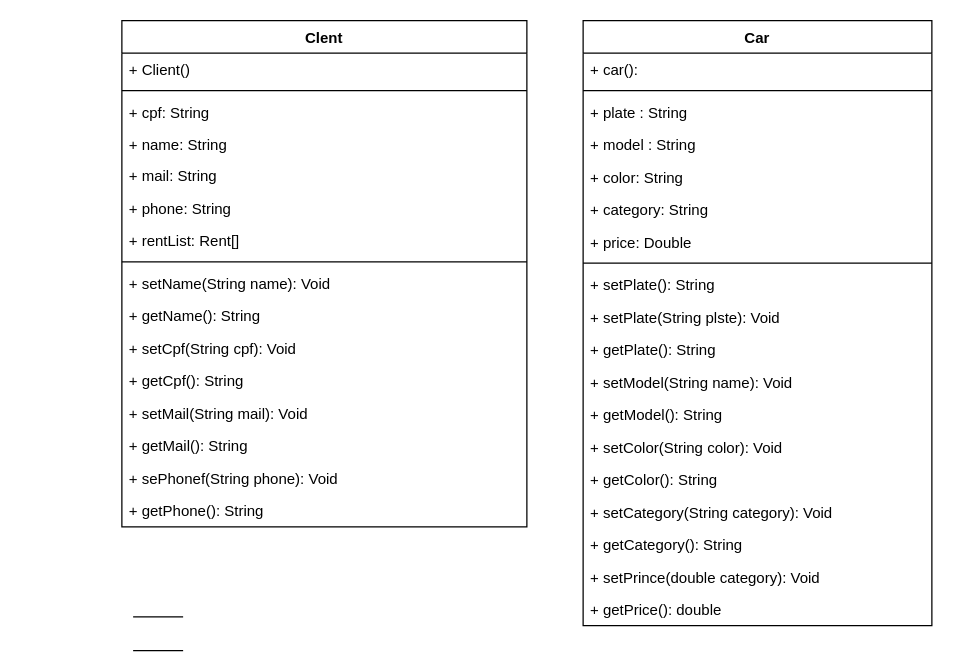
Above: Diagram/Untitled Diagram.drawio in victorfernandesraton/Trabalho_Poo (draw.io), before the change. Source tidied: cells renumbered, new cells numbered last; positions are measured from the earlier drawing's top-left corner, leaving out a move shared by most shapes. Both pictures are drawn from the tidied source at 125%, with x=0, y=0 at pixel (121, 20).
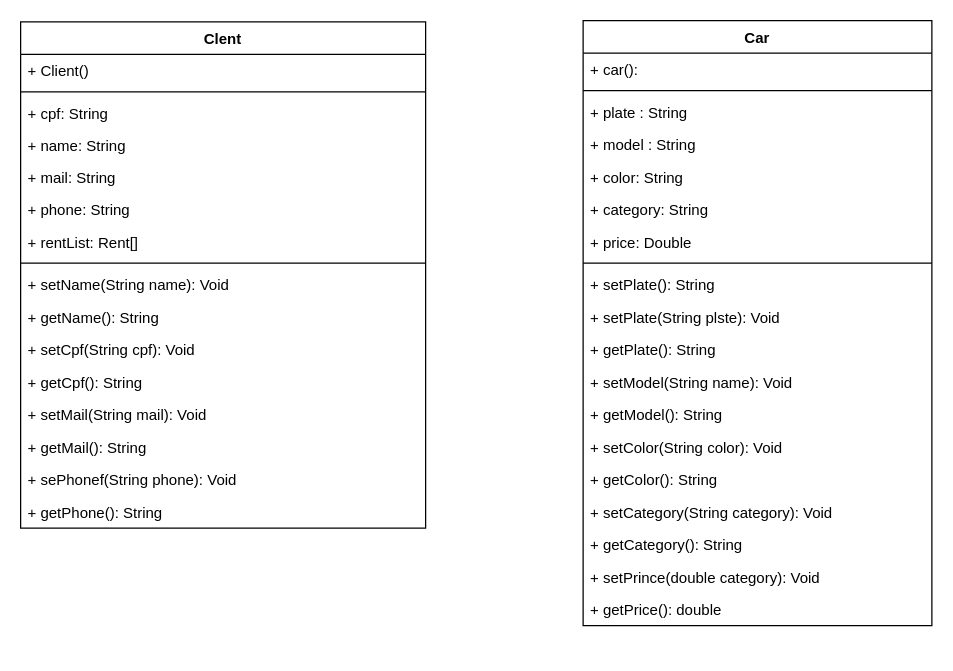
After the change.

Change to the diagram source:
```diff
@@
     <mxCell id="2" value="Clent&#10;&#10;" style="swimlane;fontStyle=1;align=center;verticalAlign=top;horizontal=1;startSize=26;" parent="1" vertex="1">
-      <mxGeometry width="324" height="405" as="geometry" />
+      <mxGeometry x="-81" y="1" width="324" height="405" as="geometry" />
     </mxCell>
@@
-    <mxCell id="39" style="line;strokeWidth=1;fillColor=none;align=left;verticalAlign=middle;spacingTop=-1;spacingLeft=3;spacingRight=3;labelPosition=right;" parent="1" vertex="1">
-      <mxGeometry x="9" y="473" width="40" height="8" as="geometry" />
-    </mxCell>
-    <mxCell id="40" style="line;strokeWidth=1;fillColor=none;align=left;verticalAlign=middle;spacingTop=-1;spacingLeft=3;spacingRight=3;labelPosition=right;" parent="1" vertex="1">
-      <mxGeometry x="9" y="500" width="40" height="8" as="geometry" />
-    </mxCell>
```
